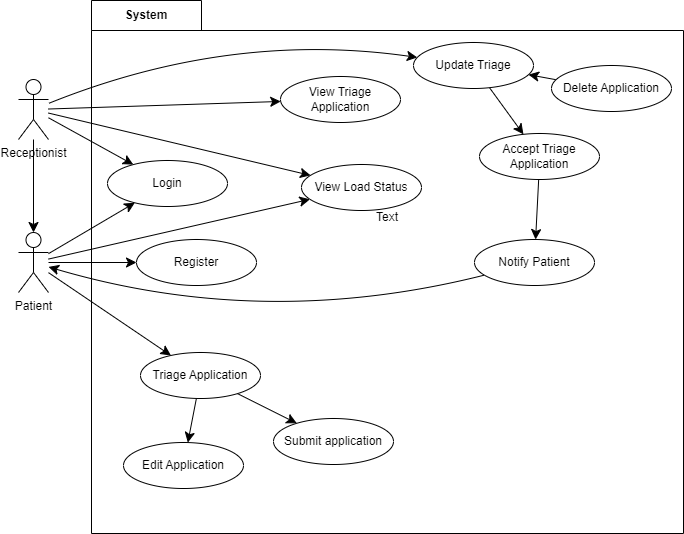
This is UseCaseDiagram.drawio.png from SENG-350-2024-fall/Team5, a draw.io export, as it was before one commit. Source tidied: cells renumbered, new cells last; positions are measured from the earlier drawing's top-left corner, leaving out a move shared by most shapes. Source of this version:
```xml
<mxGraphModel>
  <root>
    <mxCell id="0" />
    <mxCell id="1" parent="0" />
    <mxCell id="2" value="System" style="shape=folder;fontStyle=1;tabWidth=110;tabHeight=30;tabPosition=left;html=1;boundedLbl=1;labelInHeader=1;whiteSpace=wrap;" parent="1" vertex="1">
      <mxGeometry x="73" width="592" height="533" as="geometry" />
    </mxCell>
    <mxCell id="3" value="Text" style="html=1;strokeColor=none;fillColor=none;whiteSpace=wrap;" parent="2" vertex="1">
      <mxGeometry width="592" height="373.1" relative="1" as="geometry">
        <mxPoint y="30" as="offset" />
      </mxGeometry>
    </mxCell>
    <mxCell id="4" style="edgeStyle=none;curved=1;rounded=0;jettySize=auto;html=1;fontSize=12;startSize=8;endSize=8;" parent="1" edge="1" source="8" target="15">
      <mxGeometry relative="1" as="geometry" />
    </mxCell>
    <mxCell id="5" style="edgeStyle=none;curved=1;rounded=0;jettySize=auto;html=1;fontSize=12;startSize=8;endSize=8;" parent="1" edge="1" source="8" target="16">
      <mxGeometry relative="1" as="geometry" />
    </mxCell>
    <mxCell id="6" style="edgeStyle=none;curved=1;rounded=0;jettySize=auto;html=1;fontSize=12;startSize=8;endSize=8;" parent="1" edge="1" source="8" target="19">
      <mxGeometry relative="1" as="geometry" />
    </mxCell>
    <mxCell id="7" style="edgeStyle=none;curved=1;rounded=0;jettySize=auto;html=1;fontSize=12;startSize=8;endSize=8;" parent="1" edge="1" source="8" target="22">
      <mxGeometry relative="1" as="geometry" />
    </mxCell>
    <mxCell id="8" value="Patient&lt;div&gt;&lt;br&gt;&lt;/div&gt;" style="shape=umlActor;verticalLabelPosition=bottom;verticalAlign=top;html=1;outlineConnect=0;" parent="1" vertex="1">
      <mxGeometry y="232" width="30" height="60" as="geometry" />
    </mxCell>
    <mxCell id="9" style="edgeStyle=none;curved=1;rounded=0;jettySize=auto;html=1;fontSize=12;startSize=8;endSize=8;" parent="1" edge="1" source="14" target="15">
      <mxGeometry relative="1" as="geometry" />
    </mxCell>
    <mxCell id="10" style="edgeStyle=none;curved=1;rounded=0;jettySize=auto;html=1;fontSize=12;startSize=8;endSize=8;" parent="1" edge="1" source="14" target="8">
      <mxGeometry relative="1" as="geometry" />
    </mxCell>
    <mxCell id="11" style="edgeStyle=none;curved=1;rounded=0;jettySize=auto;html=1;fontSize=12;startSize=8;endSize=8;" parent="1" edge="1" source="14" target="22">
      <mxGeometry relative="1" as="geometry" />
    </mxCell>
    <mxCell id="12" style="edgeStyle=none;curved=1;rounded=0;jettySize=auto;html=1;fontSize=12;startSize=8;endSize=8;" parent="1" edge="1" source="14" target="23">
      <mxGeometry relative="1" as="geometry" />
    </mxCell>
    <mxCell id="13" style="edgeStyle=none;curved=1;rounded=0;jettySize=auto;html=1;fontSize=12;startSize=8;endSize=8;" parent="1" edge="1" source="14" target="25">
      <mxGeometry relative="1" as="geometry">
        <Array as="points">
          <mxPoint x="211" y="30" />
        </Array>
      </mxGeometry>
    </mxCell>
    <mxCell id="14" value="&lt;div&gt;Receptionist&lt;/div&gt;" style="shape=umlActor;verticalLabelPosition=bottom;verticalAlign=top;html=1;outlineConnect=0;" parent="1" vertex="1">
      <mxGeometry y="79" width="30" height="60" as="geometry" />
    </mxCell>
    <mxCell id="15" value="Login" style="ellipse;whiteSpace=wrap;html=1;" parent="1" vertex="1">
      <mxGeometry x="89" y="160" width="120" height="46" as="geometry" />
    </mxCell>
    <mxCell id="16" value="Register" style="ellipse;whiteSpace=wrap;html=1;" parent="1" vertex="1">
      <mxGeometry x="118" y="239" width="120" height="46" as="geometry" />
    </mxCell>
    <mxCell id="17" style="edgeStyle=none;curved=1;rounded=0;jettySize=auto;html=1;fontSize=12;startSize=8;endSize=8;" parent="1" edge="1" source="19" target="21">
      <mxGeometry relative="1" as="geometry" />
    </mxCell>
    <mxCell id="18" style="edgeStyle=none;curved=1;rounded=0;jettySize=auto;html=1;fontSize=12;startSize=8;endSize=8;" parent="1" edge="1" source="19" target="20">
      <mxGeometry relative="1" as="geometry" />
    </mxCell>
    <mxCell id="19" value="Triage Application" style="ellipse;whiteSpace=wrap;html=1;" parent="1" vertex="1">
      <mxGeometry x="122" y="352" width="120" height="46" as="geometry" />
    </mxCell>
    <mxCell id="20" value="Edit Application" style="ellipse;whiteSpace=wrap;html=1;" parent="1" vertex="1">
      <mxGeometry x="105" y="442" width="120" height="46" as="geometry" />
    </mxCell>
    <mxCell id="21" value="Submit application" style="ellipse;whiteSpace=wrap;html=1;" parent="1" vertex="1">
      <mxGeometry x="255" y="418" width="120" height="46" as="geometry" />
    </mxCell>
    <mxCell id="22" value="View Load Status" style="ellipse;whiteSpace=wrap;html=1;" parent="1" vertex="1">
      <mxGeometry x="283" y="164" width="120" height="46" as="geometry" />
    </mxCell>
    <mxCell id="23" value="View Triage Application" style="ellipse;whiteSpace=wrap;html=1;" parent="1" vertex="1">
      <mxGeometry x="262" y="76" width="120" height="46" as="geometry" />
    </mxCell>
    <mxCell id="24" style="edgeStyle=none;curved=1;rounded=0;jettySize=auto;html=1;fontSize=12;startSize=8;endSize=8;" parent="1" edge="1" source="25" target="27">
      <mxGeometry relative="1" as="geometry" />
    </mxCell>
    <mxCell id="25" value="Update Triage" style="ellipse;whiteSpace=wrap;html=1;" parent="1" vertex="1">
      <mxGeometry x="395" y="42" width="120" height="46" as="geometry" />
    </mxCell>
    <mxCell id="26" style="edgeStyle=none;curved=1;rounded=0;jettySize=auto;html=1;fontSize=12;startSize=8;endSize=8;" parent="1" edge="1" source="27" target="31">
      <mxGeometry relative="1" as="geometry" />
    </mxCell>
    <mxCell id="27" value="Accept Triage Application" style="ellipse;whiteSpace=wrap;html=1;" parent="1" vertex="1">
      <mxGeometry x="461" y="133" width="120" height="46" as="geometry" />
    </mxCell>
    <mxCell id="28" style="edgeStyle=none;curved=1;rounded=0;jettySize=auto;html=1;fontSize=12;startSize=8;endSize=8;" parent="1" edge="1" source="29" target="25">
      <mxGeometry relative="1" as="geometry" />
    </mxCell>
    <mxCell id="29" value="Delete Application" style="ellipse;whiteSpace=wrap;html=1;" parent="1" vertex="1">
      <mxGeometry x="533" y="65" width="120" height="46" as="geometry" />
    </mxCell>
    <mxCell id="30" style="edgeStyle=none;curved=1;rounded=0;jettySize=auto;html=1;fontSize=12;startSize=8;endSize=8;" parent="1" edge="1" source="31" target="8">
      <mxGeometry relative="1" as="geometry">
        <Array as="points">
          <mxPoint x="246" y="330" />
        </Array>
      </mxGeometry>
    </mxCell>
    <mxCell id="31" value="Notify Patient" style="ellipse;whiteSpace=wrap;html=1;" parent="1" vertex="1">
      <mxGeometry x="456" y="239" width="120" height="46" as="geometry" />
    </mxCell>
  </root>
</mxGraphModel>
```
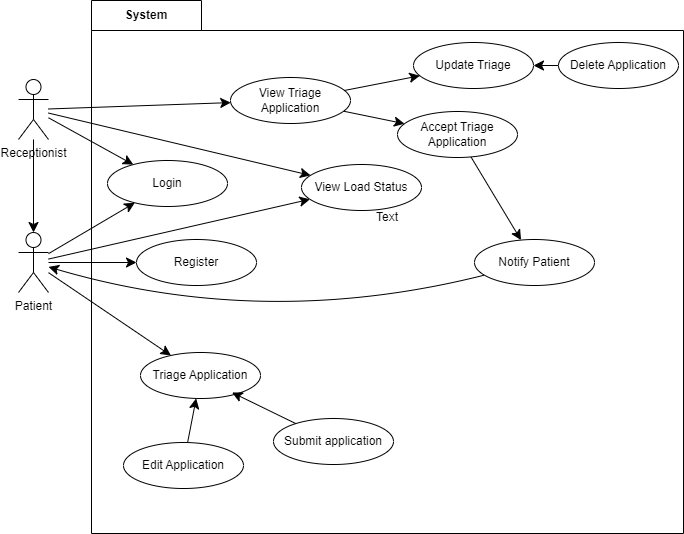
After the commit.

Change to the diagram source:
```diff
@@ -37,13 +37,6 @@
     <mxCell id="12" style="edgeStyle=none;curved=1;rounded=0;jettySize=auto;html=1;fontSize=12;startSize=8;endSize=8;" parent="1" edge="1" source="14" target="23">
       <mxGeometry relative="1" as="geometry" />
     </mxCell>
-    <mxCell id="13" style="edgeStyle=none;curved=1;rounded=0;jettySize=auto;html=1;fontSize=12;startSize=8;endSize=8;" parent="1" edge="1" source="14" target="25">
-      <mxGeometry relative="1" as="geometry">
-        <Array as="points">
-          <mxPoint x="211" y="30" />
-        </Array>
-      </mxGeometry>
-    </mxCell>
     <mxCell id="14" value="&lt;div&gt;Receptionist&lt;/div&gt;" style="shape=umlActor;verticalLabelPosition=bottom;verticalAlign=top;html=1;outlineConnect=0;" parent="1" vertex="1">
       <mxGeometry y="79" width="30" height="60" as="geometry" />
     </mxCell>
@@ -53,15 +46,12 @@
     <mxCell id="16" value="Register" style="ellipse;whiteSpace=wrap;html=1;" parent="1" vertex="1">
       <mxGeometry x="118" y="239" width="120" height="46" as="geometry" />
     </mxCell>
-    <mxCell id="17" style="edgeStyle=none;curved=1;rounded=0;jettySize=auto;html=1;fontSize=12;startSize=8;endSize=8;" parent="1" edge="1" source="19" target="21">
-      <mxGeometry relative="1" as="geometry" />
-    </mxCell>
-    <mxCell id="18" style="edgeStyle=none;curved=1;rounded=0;jettySize=auto;html=1;fontSize=12;startSize=8;endSize=8;" parent="1" edge="1" source="19" target="20">
-      <mxGeometry relative="1" as="geometry" />
-    </mxCell>
     <mxCell id="19" value="Triage Application" style="ellipse;whiteSpace=wrap;html=1;" parent="1" vertex="1">
       <mxGeometry x="122" y="352" width="120" height="46" as="geometry" />
     </mxCell>
+    <mxCell id="32" style="edgeStyle=none;curved=1;rounded=0;jettySize=auto;html=1;fontSize=12;startSize=8;endSize=8;" parent="1" edge="1" source="20" target="19">
+      <mxGeometry relative="1" as="geometry" />
+    </mxCell>
     <mxCell id="20" value="Edit Application" style="ellipse;whiteSpace=wrap;html=1;" parent="1" vertex="1">
       <mxGeometry x="105" y="442" width="120" height="46" as="geometry" />
     </mxCell>
@@ -71,12 +61,15 @@
     <mxCell id="22" value="View Load Status" style="ellipse;whiteSpace=wrap;html=1;" parent="1" vertex="1">
       <mxGeometry x="283" y="164" width="120" height="46" as="geometry" />
     </mxCell>
+    <mxCell id="33" style="edgeStyle=none;curved=1;rounded=0;jettySize=auto;html=1;fontSize=12;startSize=8;endSize=8;" parent="1" edge="1" source="23" target="25">
+      <mxGeometry relative="1" as="geometry" />
+    </mxCell>
+    <mxCell id="34" style="edgeStyle=none;curved=1;rounded=0;jettySize=auto;html=1;fontSize=12;startSize=8;endSize=8;" parent="1" edge="1" source="23" target="27">
+      <mxGeometry relative="1" as="geometry" />
+    </mxCell>
     <mxCell id="23" value="View Triage Application" style="ellipse;whiteSpace=wrap;html=1;" parent="1" vertex="1">
-      <mxGeometry x="262" y="76" width="120" height="46" as="geometry" />
+      <mxGeometry x="212" y="77" width="120" height="46" as="geometry" />
     </mxCell>
-    <mxCell id="24" style="edgeStyle=none;curved=1;rounded=0;jettySize=auto;html=1;fontSize=12;startSize=8;endSize=8;" parent="1" edge="1" source="25" target="27">
-      <mxGeometry relative="1" as="geometry" />
-    </mxCell>
     <mxCell id="25" value="Update Triage" style="ellipse;whiteSpace=wrap;html=1;" parent="1" vertex="1">
       <mxGeometry x="395" y="42" width="120" height="46" as="geometry" />
     </mxCell>
@@ -84,13 +77,13 @@
       <mxGeometry relative="1" as="geometry" />
     </mxCell>
     <mxCell id="27" value="Accept Triage Application" style="ellipse;whiteSpace=wrap;html=1;" parent="1" vertex="1">
-      <mxGeometry x="461" y="133" width="120" height="46" as="geometry" />
+      <mxGeometry x="379" y="111" width="120" height="46" as="geometry" />
     </mxCell>
     <mxCell id="28" style="edgeStyle=none;curved=1;rounded=0;jettySize=auto;html=1;fontSize=12;startSize=8;endSize=8;" parent="1" edge="1" source="29" target="25">
       <mxGeometry relative="1" as="geometry" />
     </mxCell>
     <mxCell id="29" value="Delete Application" style="ellipse;whiteSpace=wrap;html=1;" parent="1" vertex="1">
-      <mxGeometry x="533" y="65" width="120" height="46" as="geometry" />
+      <mxGeometry x="540" y="42" width="120" height="46" as="geometry" />
     </mxCell>
     <mxCell id="30" style="edgeStyle=none;curved=1;rounded=0;jettySize=auto;html=1;fontSize=12;startSize=8;endSize=8;" parent="1" edge="1" source="31" target="8">
       <mxGeometry relative="1" as="geometry">
@@ -102,5 +95,8 @@
     <mxCell id="31" value="Notify Patient" style="ellipse;whiteSpace=wrap;html=1;" parent="1" vertex="1">
       <mxGeometry x="456" y="239" width="120" height="46" as="geometry" />
     </mxCell>
+    <mxCell id="35" style="edgeStyle=none;curved=1;rounded=0;jettySize=auto;html=1;entryX=0.763;entryY=0.87;entryDx=0;entryDy=0;entryPerimeter=0;fontSize=12;startSize=8;endSize=8;" parent="1" edge="1" source="21" target="19">
+      <mxGeometry relative="1" as="geometry" />
+    </mxCell>
   </root>
 </mxGraphModel>
```
